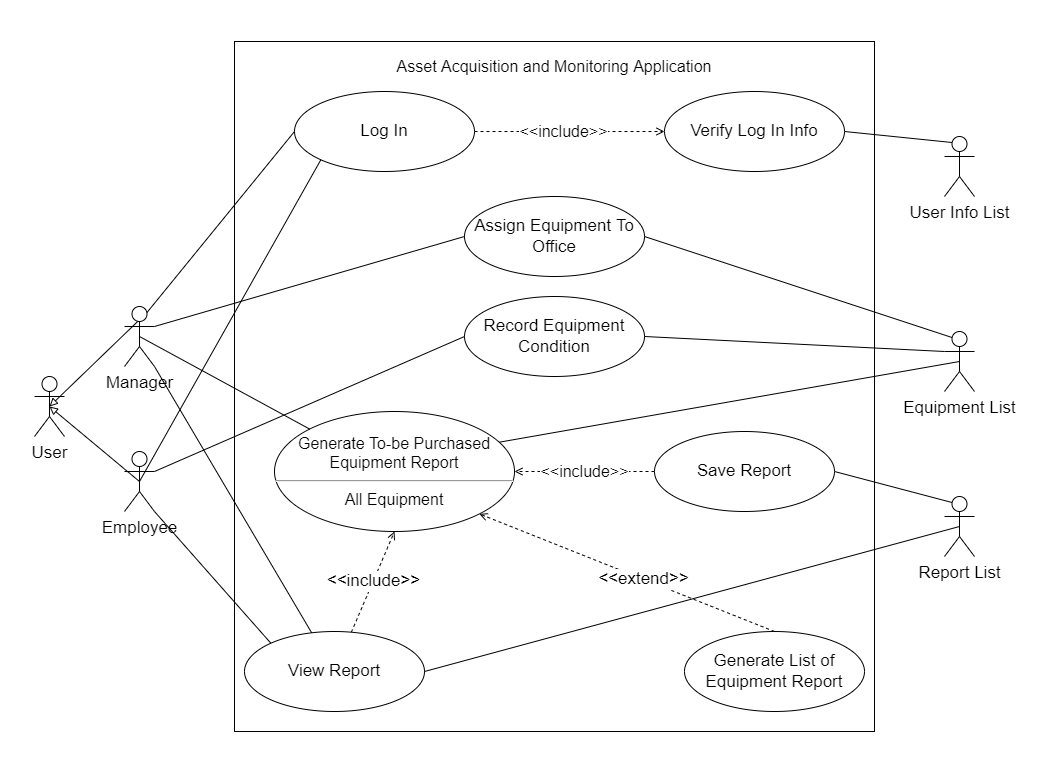
Above: UMLS/Use Case.drawio.png in KillaDrex/Asset-Acquisition-Monitoring-System (draw.io), before the change. Source tidied: cells renumbered, new cells last; positions are measured from the earlier drawing's top-left corner, leaving out a move shared by most shapes.
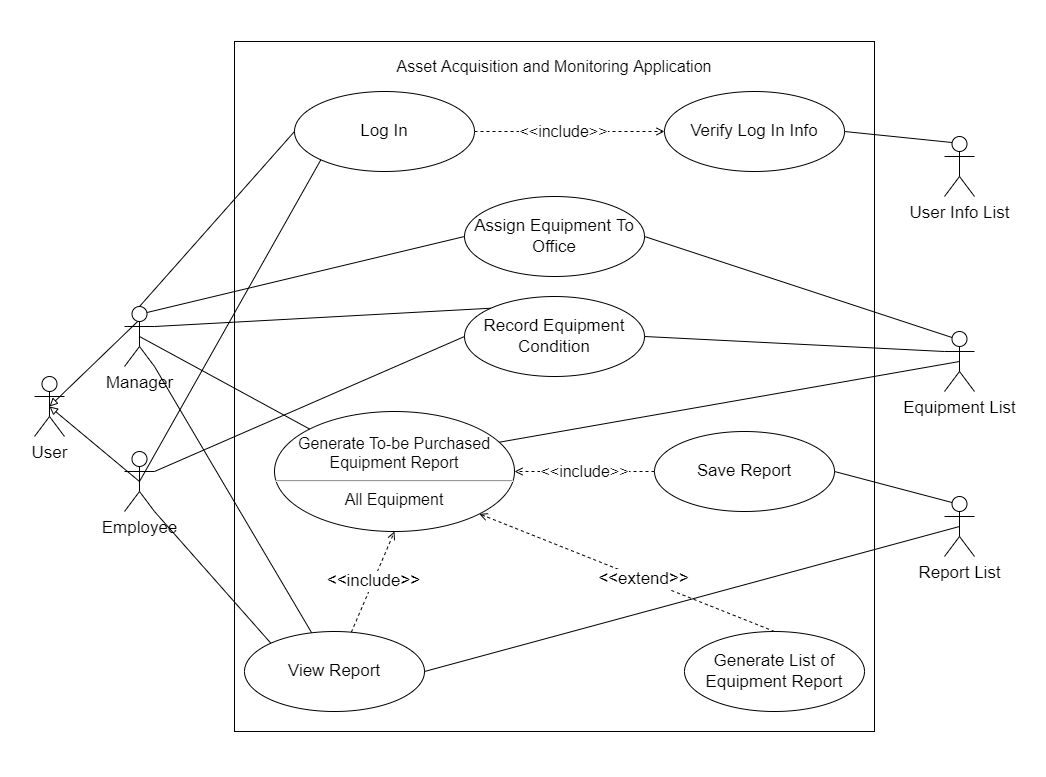
Later version of the same file.

Commit message:
Updated Use Case Diagram to Accommodate Class Diagram

The edit, as a diff of the source:
```diff
@@ -46,10 +46,10 @@
     <mxCell id="14" style="rounded=0;jettySize=auto;html=1;exitX=0.75;exitY=0.1;exitDx=0;exitDy=0;exitPerimeter=0;entryX=0.5;entryY=0.5;entryDx=0;entryDy=0;entryPerimeter=0;fontSize=17;endArrow=block;endFill=0;" parent="1" edge="1" source="19" target="13">
       <mxGeometry relative="1" as="geometry" />
     </mxCell>
-    <mxCell id="15" style="edgeStyle=none;rounded=0;jettySize=auto;html=1;exitX=1;exitY=0.3333333333333333;exitDx=0;exitDy=0;exitPerimeter=0;entryX=0;entryY=0.5;entryDx=0;entryDy=0;fontSize=17;endArrow=none;endFill=0;strokeColor=default;" parent="1" edge="1" source="19" target="6">
+    <mxCell id="15" style="edgeStyle=none;rounded=0;jettySize=auto;html=1;exitX=0.75;exitY=0.1;exitDx=0;exitDy=0;exitPerimeter=0;entryX=0;entryY=0.5;entryDx=0;entryDy=0;fontSize=17;endArrow=none;endFill=0;strokeColor=default;" parent="1" edge="1" source="19" target="6">
       <mxGeometry relative="1" as="geometry" />
     </mxCell>
-    <mxCell id="16" style="edgeStyle=none;rounded=0;jettySize=auto;html=1;exitX=0.75;exitY=0.1;exitDx=0;exitDy=0;exitPerimeter=0;entryX=0;entryY=0.5;entryDx=0;entryDy=0;fontSize=17;endArrow=none;endFill=0;strokeColor=default;" parent="1" edge="1" source="19" target="5">
+    <mxCell id="16" style="edgeStyle=none;rounded=0;jettySize=auto;html=1;exitX=0.5;exitY=0;exitDx=0;exitDy=0;exitPerimeter=0;entryX=0;entryY=0.5;entryDx=0;entryDy=0;fontSize=17;endArrow=none;endFill=0;strokeColor=default;" parent="1" edge="1" source="19" target="5">
       <mxGeometry relative="1" as="geometry" />
     </mxCell>
     <mxCell id="17" style="edgeStyle=none;rounded=0;jettySize=auto;html=1;exitX=0.5;exitY=0.5;exitDx=0;exitDy=0;exitPerimeter=0;entryX=0;entryY=0;entryDx=0;entryDy=0;fontSize=17;endArrow=none;endFill=0;strokeColor=default;" parent="1" edge="1" source="19" target="8">
@@ -58,6 +58,9 @@
     <mxCell id="18" style="edgeStyle=none;rounded=0;jettySize=auto;html=1;exitX=1;exitY=1;exitDx=0;exitDy=0;exitPerimeter=0;fontSize=17;endArrow=none;endFill=0;strokeColor=default;" parent="1" edge="1" source="19" target="12">
       <mxGeometry relative="1" as="geometry" />
     </mxCell>
+    <mxCell id="38" style="rounded=0;jettySize=auto;html=1;exitX=1;exitY=0.3333333333333333;exitDx=0;exitDy=0;exitPerimeter=0;entryX=0;entryY=0;entryDx=0;entryDy=0;endArrow=none;endFill=0;" parent="1" edge="1" source="19" target="7">
+      <mxGeometry relative="1" as="geometry" />
+    </mxCell>
     <mxCell id="19" value="Manager" style="shape=umlActor;verticalLabelPosition=bottom;verticalAlign=top;html=1;outlineConnect=0;fontSize=17;" parent="1" vertex="1">
       <mxGeometry x="124" y="306" width="30" height="60" as="geometry" />
     </mxCell>
```
